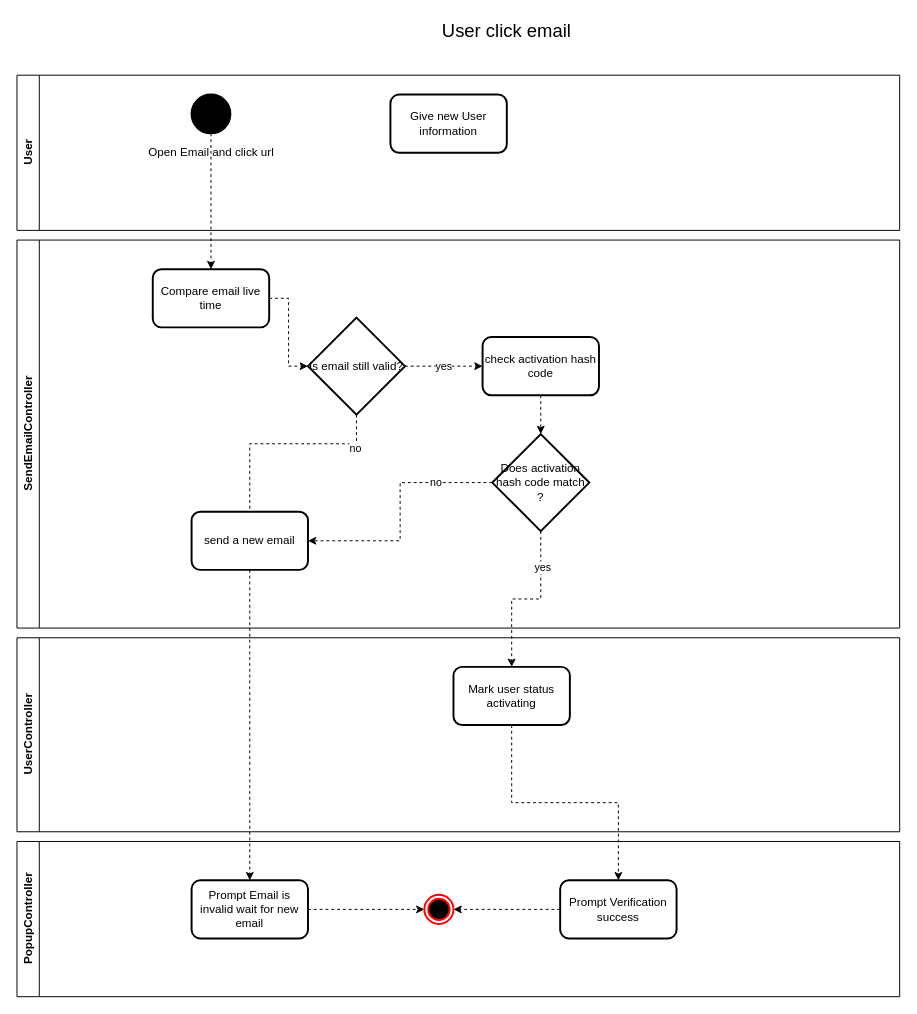
The draw.io diagram Diagram/Workflow/User click Verify email.drawio in NotAsea/Hocviec, before the edit. Source tidied: cells renumbered, new cells numbered last; positions are measured from the earlier drawing's top-left corner, leaving out a move shared by most shapes. Both pictures are drawn from the tidied source at 97%, with x=0, y=0 at pixel (16, 16).
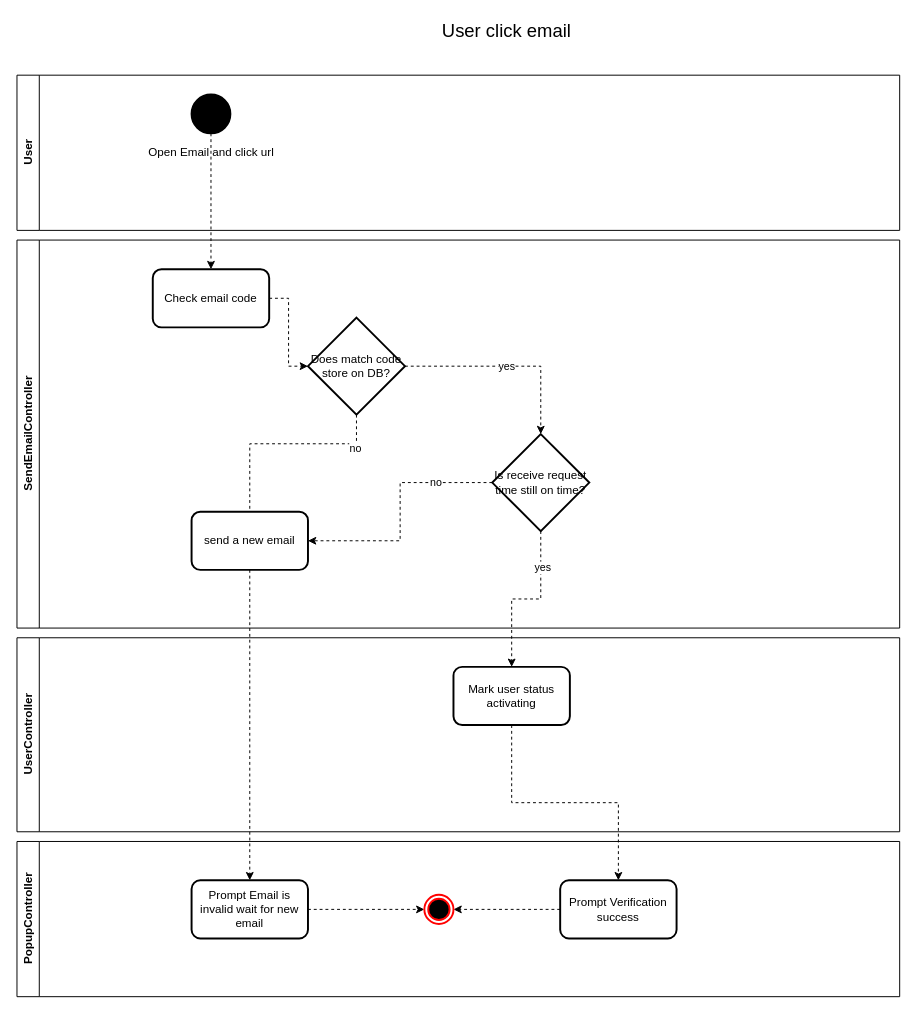
After the change.

Unchanged cells that the change refers to:
```xml
<mxCell id="2" value="User" style="swimlane;horizontal=0;whiteSpace=wrap;html=1;startSize=23;" parent="1" vertex="1">
  <mxGeometry y="60" width="910" height="160" as="geometry" />
</mxCell>
<mxCell id="14" value="SendEmailController" style="swimlane;horizontal=0;whiteSpace=wrap;html=1;" parent="1" vertex="1">
  <mxGeometry y="230" width="910" height="400" as="geometry" />
</mxCell>
```

What changed in the source:
```diff
@@
-    <mxCell id="4" value="Give new User information" style="rounded=1;whiteSpace=wrap;html=1;strokeWidth=2;fontFamily=Helvetica;fontSize=12;" parent="2" vertex="1">
-      <mxGeometry x="385" y="20" width="120" height="60" as="geometry" />
-    </mxCell>
@@
-    <mxCell id="16" value="Compare email live time" style="rounded=1;whiteSpace=wrap;html=1;strokeWidth=2;fontFamily=Helvetica;fontSize=12;" parent="14" vertex="1">
+    <mxCell id="16" value="Check email code" style="rounded=1;whiteSpace=wrap;html=1;strokeWidth=2;fontFamily=Helvetica;fontSize=12;" parent="14" vertex="1">
       <mxGeometry x="140" y="30" width="120" height="60" as="geometry" />
     </mxCell>
-    <mxCell id="17" style="edgeStyle=orthogonalEdgeStyle;rounded=0;jettySize=auto;html=1;entryX=0.5;entryY=0;entryDx=0;entryDy=0;entryPerimeter=0;dashed=1;" parent="14" edge="1" source="18" target="25">
-      <mxGeometry relative="1" as="geometry" />
-    </mxCell>
-    <mxCell id="18" value="check activation hash code" style="rounded=1;whiteSpace=wrap;html=1;strokeWidth=2;fontFamily=Helvetica;fontSize=12;" parent="14" vertex="1">
-      <mxGeometry x="480" y="100" width="120" height="60" as="geometry" />
-    </mxCell>
-    <mxCell id="19" value="yes" style="edgeStyle=orthogonalEdgeStyle;rounded=0;jettySize=auto;html=1;entryX=0;entryY=0.5;entryDx=0;entryDy=0;dashed=1;" parent="14" edge="1" source="22" target="18">
+    <mxCell id="19" value="yes" style="edgeStyle=orthogonalEdgeStyle;rounded=0;jettySize=auto;html=1;entryX=0.5;entryY=0;entryDx=0;entryDy=0;dashed=1;entryPerimeter=0;" parent="14" edge="1" source="22" target="25">
       <mxGeometry relative="1" as="geometry" />
     </mxCell>
@@
-    <mxCell id="22" value="Is email still valid?" style="strokeWidth=2;html=1;shape=mxgraph.flowchart.decision;whiteSpace=wrap;" parent="14" vertex="1">
+    <mxCell id="22" value="Does match code store on DB?" style="strokeWidth=2;html=1;shape=mxgraph.flowchart.decision;whiteSpace=wrap;" parent="14" vertex="1">
       <mxGeometry x="300" y="80" width="100" height="100" as="geometry" />
     </mxCell>
@@
-    <mxCell id="25" value="Does activation hash code match ?" style="strokeWidth=2;html=1;shape=mxgraph.flowchart.decision;whiteSpace=wrap;" parent="14" vertex="1">
+    <mxCell id="25" value="Is receive request time still on time?" style="strokeWidth=2;html=1;shape=mxgraph.flowchart.decision;whiteSpace=wrap;" parent="14" vertex="1">
       <mxGeometry x="490" y="200" width="100" height="100" as="geometry" />
     </mxCell>
```
